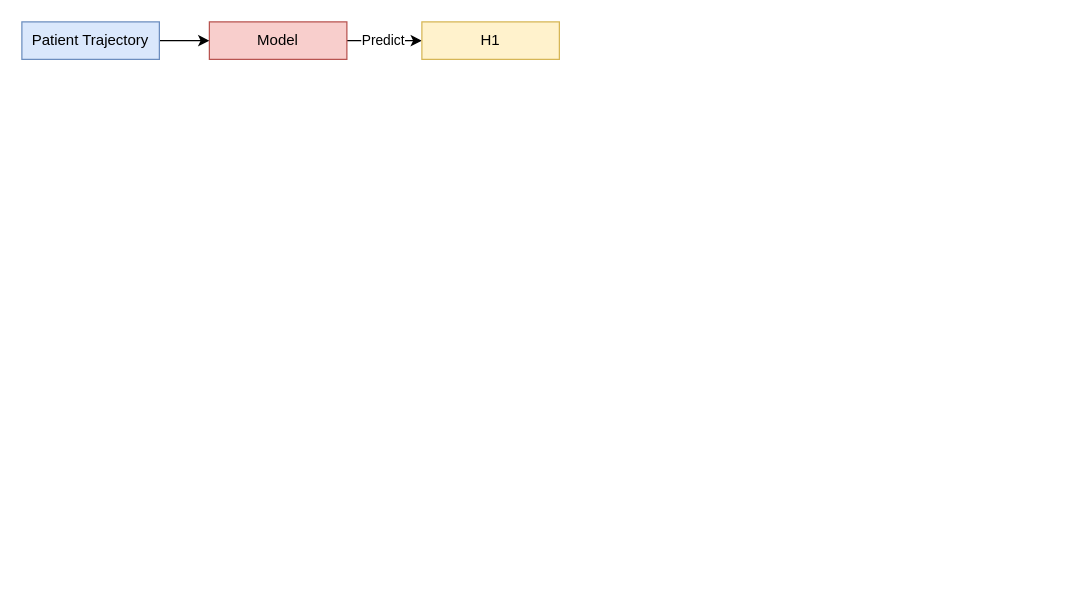
Above: trauma predict/3.2 predict.drawio in VANILAAAAAAAA/draw-io-workplace (draw.io), before the change. Source tidied: cells renumbered, new cells numbered last; positions are measured from the earlier drawing's top-left corner, leaving out a move shared by most shapes. Both pictures are drawn from the tidied source at 125%, with x=0, y=0 at pixel (21, 21).
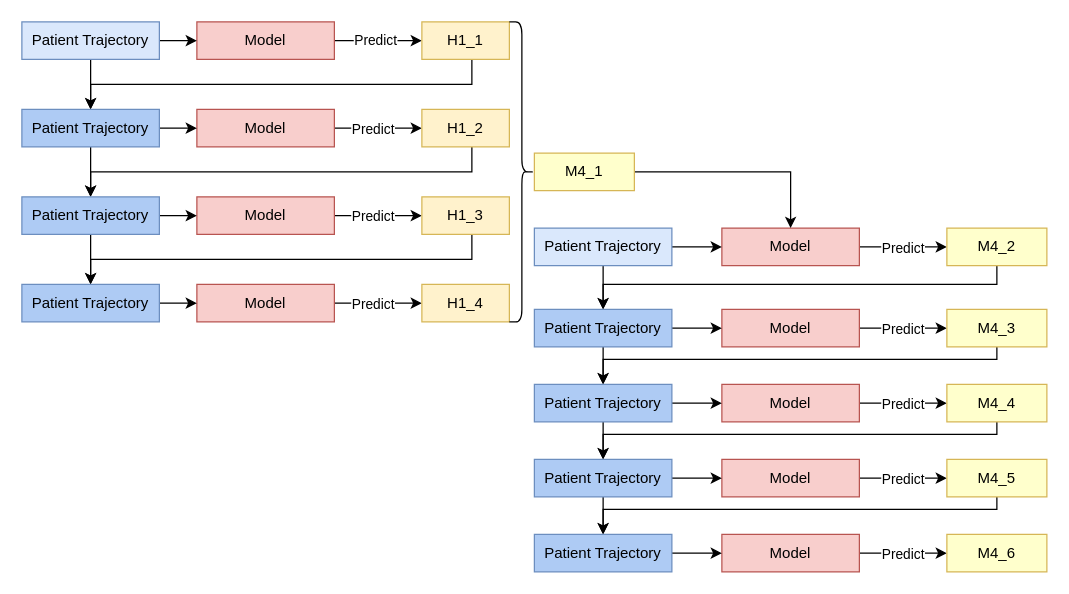
Above is the later version.

Unchanged cells that the change refers to:
```xml
<mxCell id="6" value="Patient Trajectory" style="rounded=0;whiteSpace=wrap;html=1;fillColor=#dae8fc;strokeColor=#6c8ebf;" parent="1" vertex="1">
  <mxGeometry width="110" height="30" as="geometry" />
</mxCell>
```

Change to the diagram source:
```diff
@@
     <mxCell id="4" value="Model" style="rounded=0;whiteSpace=wrap;html=1;fillColor=#f8cecc;strokeColor=#b85450;" parent="1" vertex="1">
-      <mxGeometry x="150" width="110" height="30" as="geometry" />
+      <mxGeometry x="140" width="110" height="30" as="geometry" />
     </mxCell>
@@
+    <mxCell id="8" style="edgeStyle=orthogonalEdgeStyle;rounded=0;jettySize=auto;html=1;" parent="1" edge="1" source="6" target="16">
+      <mxGeometry relative="1" as="geometry" />
+    </mxCell>
@@
+    <mxCell id="9" style="edgeStyle=orthogonalEdgeStyle;rounded=0;jettySize=auto;html=1;entryX=0.5;entryY=0;entryDx=0;entryDy=0;" parent="1" edge="1" target="16">
+      <mxGeometry relative="1" as="geometry">
+        <mxPoint x="375" y="30" as="sourcePoint" />
+        <Array as="points">
+          <mxPoint x="360" y="30" />
+          <mxPoint x="360" y="50" />
+          <mxPoint x="55" y="50" />
+        </Array>
+      </mxGeometry>
+    </mxCell>
-    <mxCell id="7" value="H1" style="rounded=0;whiteSpace=wrap;html=1;fillColor=#fff2cc;strokeColor=#d6b656;" parent="1" vertex="1">
-      <mxGeometry x="320" width="110" height="30" as="geometry" />
+    <mxCell id="7" value="H1_1" style="rounded=0;whiteSpace=wrap;html=1;fillColor=#fff2cc;strokeColor=#d6b656;" parent="1" vertex="1">
+      <mxGeometry x="320" width="70" height="30" as="geometry" />
     </mxCell>
+    <mxCell id="10" style="edgeStyle=orthogonalEdgeStyle;rounded=0;jettySize=auto;html=1;" parent="1" edge="1" source="11" target="13">
+      <mxGeometry relative="1" as="geometry" />
+    </mxCell>
+    <mxCell id="11" value="Model" style="rounded=0;whiteSpace=wrap;html=1;fillColor=#f8cecc;strokeColor=#b85450;" parent="1" vertex="1">
+      <mxGeometry x="140" y="70" width="110" height="30" as="geometry" />
+    </mxCell>
+    <mxCell id="12" style="edgeStyle=orthogonalEdgeStyle;rounded=0;jettySize=auto;html=1;entryX=0.5;entryY=0;entryDx=0;entryDy=0;" parent="1" edge="1" source="13" target="24">
+      <mxGeometry relative="1" as="geometry">
+        <Array as="points">
+          <mxPoint x="360" y="120" />
+          <mxPoint x="55" y="120" />
+        </Array>
+      </mxGeometry>
+    </mxCell>
+    <mxCell id="13" value="H1_2" style="rounded=0;whiteSpace=wrap;html=1;fillColor=#fff2cc;strokeColor=#d6b656;" parent="1" vertex="1">
+      <mxGeometry x="320" y="70" width="70" height="30" as="geometry" />
+    </mxCell>
+    <mxCell id="14" style="edgeStyle=orthogonalEdgeStyle;rounded=0;jettySize=auto;html=1;" parent="1" edge="1" source="16" target="11">
+      <mxGeometry relative="1" as="geometry" />
+    </mxCell>
+    <mxCell id="15" style="edgeStyle=orthogonalEdgeStyle;rounded=0;jettySize=auto;html=1;" parent="1" edge="1" source="16" target="24">
+      <mxGeometry relative="1" as="geometry" />
+    </mxCell>
+    <mxCell id="16" value="Patient Trajectory" style="rounded=0;whiteSpace=wrap;html=1;fillColor=light-dark(#aecbf4, #1d293b);strokeColor=#6c8ebf;" parent="1" vertex="1">
+      <mxGeometry y="70" width="110" height="30" as="geometry" />
+    </mxCell>
+    <mxCell id="17" value="Predict" style="edgeLabel;html=1;align=center;verticalAlign=middle;" parent="1" vertex="1">
+      <mxGeometry x="280" y="85" as="geometry" />
+    </mxCell>
+    <mxCell id="18" style="edgeStyle=orthogonalEdgeStyle;rounded=0;jettySize=auto;html=1;" parent="1" edge="1" source="19" target="21">
+      <mxGeometry relative="1" as="geometry" />
+    </mxCell>
+    <mxCell id="19" value="Model" style="rounded=0;whiteSpace=wrap;html=1;fillColor=#f8cecc;strokeColor=#b85450;" parent="1" vertex="1">
+      <mxGeometry x="140" y="140" width="110" height="30" as="geometry" />
+    </mxCell>
+    <mxCell id="20" style="edgeStyle=orthogonalEdgeStyle;rounded=0;jettySize=auto;html=1;entryX=0.5;entryY=0;entryDx=0;entryDy=0;" parent="1" edge="1" source="21" target="30">
+      <mxGeometry relative="1" as="geometry">
+        <Array as="points">
+          <mxPoint x="360" y="190" />
+          <mxPoint x="55" y="190" />
+        </Array>
+      </mxGeometry>
+    </mxCell>
+    <mxCell id="21" value="H1_3" style="rounded=0;whiteSpace=wrap;html=1;fillColor=#fff2cc;strokeColor=#d6b656;" parent="1" vertex="1">
+      <mxGeometry x="320" y="140" width="70" height="30" as="geometry" />
+    </mxCell>
+    <mxCell id="22" style="edgeStyle=orthogonalEdgeStyle;rounded=0;jettySize=auto;html=1;" parent="1" edge="1" source="24" target="19">
+      <mxGeometry relative="1" as="geometry" />
+    </mxCell>
+    <mxCell id="23" style="edgeStyle=orthogonalEdgeStyle;rounded=0;jettySize=auto;html=1;" parent="1" edge="1" source="24" target="30">
+      <mxGeometry relative="1" as="geometry" />
+    </mxCell>
+    <mxCell id="24" value="Patient Trajectory" style="rounded=0;whiteSpace=wrap;html=1;fillColor=#AECBF4;strokeColor=#6c8ebf;" parent="1" vertex="1">
+      <mxGeometry y="140" width="110" height="30" as="geometry" />
+    </mxCell>
+    <mxCell id="25" value="Predict" style="edgeLabel;html=1;align=center;verticalAlign=middle;" parent="1" vertex="1">
+      <mxGeometry x="280" y="155" as="geometry" />
+    </mxCell>
+    <mxCell id="26" style="edgeStyle=orthogonalEdgeStyle;rounded=0;jettySize=auto;html=1;" parent="1" edge="1" source="27" target="28">
+      <mxGeometry relative="1" as="geometry" />
+    </mxCell>
+    <mxCell id="27" value="Model" style="rounded=0;whiteSpace=wrap;html=1;fillColor=#f8cecc;strokeColor=#b85450;" parent="1" vertex="1">
+      <mxGeometry x="140" y="210" width="110" height="30" as="geometry" />
+    </mxCell>
+    <mxCell id="28" value="H1_4" style="rounded=0;whiteSpace=wrap;html=1;fillColor=#fff2cc;strokeColor=#d6b656;" parent="1" vertex="1">
+      <mxGeometry x="320" y="210" width="70" height="30" as="geometry" />
+    </mxCell>
+    <mxCell id="29" style="edgeStyle=orthogonalEdgeStyle;rounded=0;jettySize=auto;html=1;" parent="1" edge="1" source="30" target="27">
+      <mxGeometry relative="1" as="geometry" />
+    </mxCell>
+    <mxCell id="30" value="Patient Trajectory" style="rounded=0;whiteSpace=wrap;html=1;fillColor=#AECBF4;strokeColor=#6c8ebf;" parent="1" vertex="1">
+      <mxGeometry y="210" width="110" height="30" as="geometry" />
+    </mxCell>
+    <mxCell id="31" value="Predict" style="edgeLabel;html=1;align=center;verticalAlign=middle;" parent="1" vertex="1">
+      <mxGeometry x="280" y="225" as="geometry" />
+    </mxCell>
+    <mxCell id="32" style="shape=curlyBracket;whiteSpace=wrap;html=1;rounded=1;flipH=1;labelPosition=right;verticalLabelPosition=middle;align=left;verticalAlign=middle;legacyAnchorPoints=0;" parent="1" vertex="1">
+      <mxGeometry x="390" width="20" height="240" as="geometry" />
+    </mxCell>
+    <mxCell id="33" style="edgeStyle=orthogonalEdgeStyle;rounded=0;jettySize=auto;html=1;" parent="1" edge="1" source="35" target="39">
+      <mxGeometry relative="1" as="geometry" />
+    </mxCell>
+    <mxCell id="34" value="Predict" style="edgeLabel;html=1;align=center;verticalAlign=middle;" parent="33" vertex="1">
+      <mxGeometry x="-0.29" y="1" relative="1" as="geometry">
+        <mxPoint x="9" y="1" as="offset" />
+      </mxGeometry>
+    </mxCell>
+    <mxCell id="35" value="Model" style="rounded=0;whiteSpace=wrap;html=1;fillColor=#f8cecc;strokeColor=#b85450;" parent="1" vertex="1">
+      <mxGeometry x="560" y="165" width="110" height="30" as="geometry" />
+    </mxCell>
+    <mxCell id="36" style="edgeStyle=orthogonalEdgeStyle;rounded=0;jettySize=auto;html=1;entryX=0.5;entryY=0;entryDx=0;entryDy=0;" parent="1" edge="1" source="37" target="35">
+      <mxGeometry relative="1" as="geometry" />
+    </mxCell>
+    <mxCell id="37" value="M4_1" style="rounded=0;whiteSpace=wrap;html=1;fillColor=#FFFFCC;strokeColor=#D6B656;" parent="1" vertex="1">
+      <mxGeometry x="410" y="105" width="80" height="30" as="geometry" />
+    </mxCell>
+    <mxCell id="38" style="edgeStyle=orthogonalEdgeStyle;rounded=0;jettySize=auto;html=1;entryX=0.5;entryY=0;entryDx=0;entryDy=0;" parent="1" edge="1" source="39" target="50">
+      <mxGeometry relative="1" as="geometry">
+        <Array as="points">
+          <mxPoint x="780" y="210" />
+          <mxPoint x="465" y="210" />
+        </Array>
+      </mxGeometry>
+    </mxCell>
+    <mxCell id="39" value="M4_2" style="rounded=0;whiteSpace=wrap;html=1;fillColor=#FFFFCC;strokeColor=#D6B656;" parent="1" vertex="1">
+      <mxGeometry x="740" y="165" width="80" height="30" as="geometry" />
+    </mxCell>
+    <mxCell id="40" style="edgeStyle=orthogonalEdgeStyle;rounded=0;jettySize=auto;html=1;" parent="1" edge="1" source="42" target="35">
+      <mxGeometry relative="1" as="geometry" />
+    </mxCell>
+    <mxCell id="41" style="edgeStyle=orthogonalEdgeStyle;rounded=0;jettySize=auto;html=1;entryX=0.5;entryY=0;entryDx=0;entryDy=0;" parent="1" edge="1" source="42" target="50">
+      <mxGeometry relative="1" as="geometry" />
+    </mxCell>
+    <mxCell id="42" value="Patient Trajectory" style="rounded=0;whiteSpace=wrap;html=1;fillColor=#dae8fc;strokeColor=#6c8ebf;" parent="1" vertex="1">
+      <mxGeometry x="410" y="165" width="110" height="30" as="geometry" />
+    </mxCell>
+    <mxCell id="43" style="edgeStyle=orthogonalEdgeStyle;rounded=0;jettySize=auto;html=1;" parent="1" edge="1" source="45" target="47">
+      <mxGeometry relative="1" as="geometry" />
+    </mxCell>
+    <mxCell id="44" value="Predict" style="edgeLabel;html=1;align=center;verticalAlign=middle;" parent="43" vertex="1">
+      <mxGeometry x="-0.29" y="1" relative="1" as="geometry">
+        <mxPoint x="9" y="1" as="offset" />
+      </mxGeometry>
+    </mxCell>
+    <mxCell id="45" value="Model" style="rounded=0;whiteSpace=wrap;html=1;fillColor=#f8cecc;strokeColor=#b85450;" parent="1" vertex="1">
+      <mxGeometry x="560" y="230" width="110" height="30" as="geometry" />
+    </mxCell>
+    <mxCell id="46" style="edgeStyle=orthogonalEdgeStyle;rounded=0;jettySize=auto;html=1;entryX=0.5;entryY=0;entryDx=0;entryDy=0;" parent="1" edge="1" source="47" target="58">
+      <mxGeometry relative="1" as="geometry">
+        <Array as="points">
+          <mxPoint x="780" y="270" />
+          <mxPoint x="465" y="270" />
+        </Array>
+      </mxGeometry>
+    </mxCell>
+    <mxCell id="47" value="M4_3" style="rounded=0;whiteSpace=wrap;html=1;fillColor=#FFFFCC;strokeColor=#D6B656;" parent="1" vertex="1">
+      <mxGeometry x="740" y="230" width="80" height="30" as="geometry" />
+    </mxCell>
+    <mxCell id="48" style="edgeStyle=orthogonalEdgeStyle;rounded=0;jettySize=auto;html=1;" parent="1" edge="1" source="50" target="45">
+      <mxGeometry relative="1" as="geometry" />
+    </mxCell>
+    <mxCell id="49" style="edgeStyle=orthogonalEdgeStyle;rounded=0;jettySize=auto;html=1;entryX=0.5;entryY=0;entryDx=0;entryDy=0;" parent="1" edge="1" source="50" target="58">
+      <mxGeometry relative="1" as="geometry" />
+    </mxCell>
+    <mxCell id="50" value="Patient Trajectory" style="rounded=0;whiteSpace=wrap;html=1;fillColor=#AECBF4;strokeColor=#6c8ebf;" parent="1" vertex="1">
+      <mxGeometry x="410" y="230" width="110" height="30" as="geometry" />
+    </mxCell>
+    <mxCell id="51" style="edgeStyle=orthogonalEdgeStyle;rounded=0;jettySize=auto;html=1;" parent="1" edge="1" source="53" target="55">
+      <mxGeometry relative="1" as="geometry" />
+    </mxCell>
+    <mxCell id="52" value="Predict" style="edgeLabel;html=1;align=center;verticalAlign=middle;" parent="51" vertex="1">
+      <mxGeometry x="-0.29" y="1" relative="1" as="geometry">
+        <mxPoint x="9" y="1" as="offset" />
+      </mxGeometry>
+    </mxCell>
+    <mxCell id="53" value="Model" style="rounded=0;whiteSpace=wrap;html=1;fillColor=#f8cecc;strokeColor=#b85450;" parent="1" vertex="1">
+      <mxGeometry x="560" y="290" width="110" height="30" as="geometry" />
+    </mxCell>
+    <mxCell id="54" style="edgeStyle=orthogonalEdgeStyle;rounded=0;jettySize=auto;html=1;entryX=0.5;entryY=0;entryDx=0;entryDy=0;" parent="1" edge="1" source="55" target="66">
+      <mxGeometry relative="1" as="geometry">
+        <Array as="points">
+          <mxPoint x="780" y="330" />
+          <mxPoint x="465" y="330" />
+        </Array>
+      </mxGeometry>
+    </mxCell>
+    <mxCell id="55" value="M4_4" style="rounded=0;whiteSpace=wrap;html=1;fillColor=#FFFFCC;strokeColor=#D6B656;" parent="1" vertex="1">
+      <mxGeometry x="740" y="290" width="80" height="30" as="geometry" />
+    </mxCell>
+    <mxCell id="56" style="edgeStyle=orthogonalEdgeStyle;rounded=0;jettySize=auto;html=1;" parent="1" edge="1" source="58" target="53">
+      <mxGeometry relative="1" as="geometry" />
+    </mxCell>
+    <mxCell id="57" style="edgeStyle=orthogonalEdgeStyle;rounded=0;jettySize=auto;html=1;entryX=0.5;entryY=0;entryDx=0;entryDy=0;" parent="1" edge="1" source="58" target="66">
+      <mxGeometry relative="1" as="geometry" />
+    </mxCell>
+    <mxCell id="58" value="Patient Trajectory" style="rounded=0;whiteSpace=wrap;html=1;fillColor=#AECBF4;strokeColor=#6c8ebf;" parent="1" vertex="1">
+      <mxGeometry x="410" y="290" width="110" height="30" as="geometry" />
+    </mxCell>
+    <mxCell id="59" style="edgeStyle=orthogonalEdgeStyle;rounded=0;jettySize=auto;html=1;" parent="1" edge="1" source="61" target="63">
+      <mxGeometry relative="1" as="geometry" />
+    </mxCell>
+    <mxCell id="60" value="Predict" style="edgeLabel;html=1;align=center;verticalAlign=middle;" parent="59" vertex="1">
+      <mxGeometry x="-0.29" y="1" relative="1" as="geometry">
+        <mxPoint x="9" y="1" as="offset" />
+      </mxGeometry>
+    </mxCell>
+    <mxCell id="61" value="Model" style="rounded=0;whiteSpace=wrap;html=1;fillColor=#f8cecc;strokeColor=#b85450;" parent="1" vertex="1">
+      <mxGeometry x="560" y="350" width="110" height="30" as="geometry" />
+    </mxCell>
+    <mxCell id="62" style="edgeStyle=orthogonalEdgeStyle;rounded=0;jettySize=auto;html=1;entryX=0.5;entryY=0;entryDx=0;entryDy=0;" parent="1" edge="1" source="63" target="72">
+      <mxGeometry relative="1" as="geometry">
+        <Array as="points">
+          <mxPoint x="780" y="390" />
+          <mxPoint x="465" y="390" />
+        </Array>
+      </mxGeometry>
+    </mxCell>
+    <mxCell id="63" value="M4_5" style="rounded=0;whiteSpace=wrap;html=1;fillColor=#FFFFCC;strokeColor=#D6B656;" parent="1" vertex="1">
+      <mxGeometry x="740" y="350" width="80" height="30" as="geometry" />
+    </mxCell>
+    <mxCell id="64" style="edgeStyle=orthogonalEdgeStyle;rounded=0;jettySize=auto;html=1;" parent="1" edge="1" source="66" target="61">
+      <mxGeometry relative="1" as="geometry" />
+    </mxCell>
+    <mxCell id="65" style="edgeStyle=orthogonalEdgeStyle;rounded=0;jettySize=auto;html=1;" parent="1" edge="1" source="66" target="72">
+      <mxGeometry relative="1" as="geometry" />
+    </mxCell>
+    <mxCell id="66" value="Patient Trajectory" style="rounded=0;whiteSpace=wrap;html=1;fillColor=#AECBF4;strokeColor=#6c8ebf;" parent="1" vertex="1">
+      <mxGeometry x="410" y="350" width="110" height="30" as="geometry" />
+    </mxCell>
+    <mxCell id="67" style="edgeStyle=orthogonalEdgeStyle;rounded=0;jettySize=auto;html=1;" parent="1" edge="1" source="69" target="70">
+      <mxGeometry relative="1" as="geometry" />
+    </mxCell>
+    <mxCell id="68" value="Predict" style="edgeLabel;html=1;align=center;verticalAlign=middle;" parent="67" vertex="1">
+      <mxGeometry x="-0.29" y="1" relative="1" as="geometry">
+        <mxPoint x="9" y="1" as="offset" />
+      </mxGeometry>
+    </mxCell>
+    <mxCell id="69" value="Model" style="rounded=0;whiteSpace=wrap;html=1;fillColor=#f8cecc;strokeColor=#b85450;" parent="1" vertex="1">
+      <mxGeometry x="560" y="410" width="110" height="30" as="geometry" />
+    </mxCell>
+    <mxCell id="70" value="M4_6" style="rounded=0;whiteSpace=wrap;html=1;fillColor=#FFFFCC;strokeColor=#D6B656;" parent="1" vertex="1">
+      <mxGeometry x="740" y="410" width="80" height="30" as="geometry" />
+    </mxCell>
+    <mxCell id="71" style="edgeStyle=orthogonalEdgeStyle;rounded=0;jettySize=auto;html=1;" parent="1" edge="1" source="72" target="69">
+      <mxGeometry relative="1" as="geometry" />
+    </mxCell>
+    <mxCell id="72" value="Patient Trajectory" style="rounded=0;whiteSpace=wrap;html=1;fillColor=#AECBF4;strokeColor=#6c8ebf;" parent="1" vertex="1">
+      <mxGeometry x="410" y="410" width="110" height="30" as="geometry" />
+    </mxCell>
```
